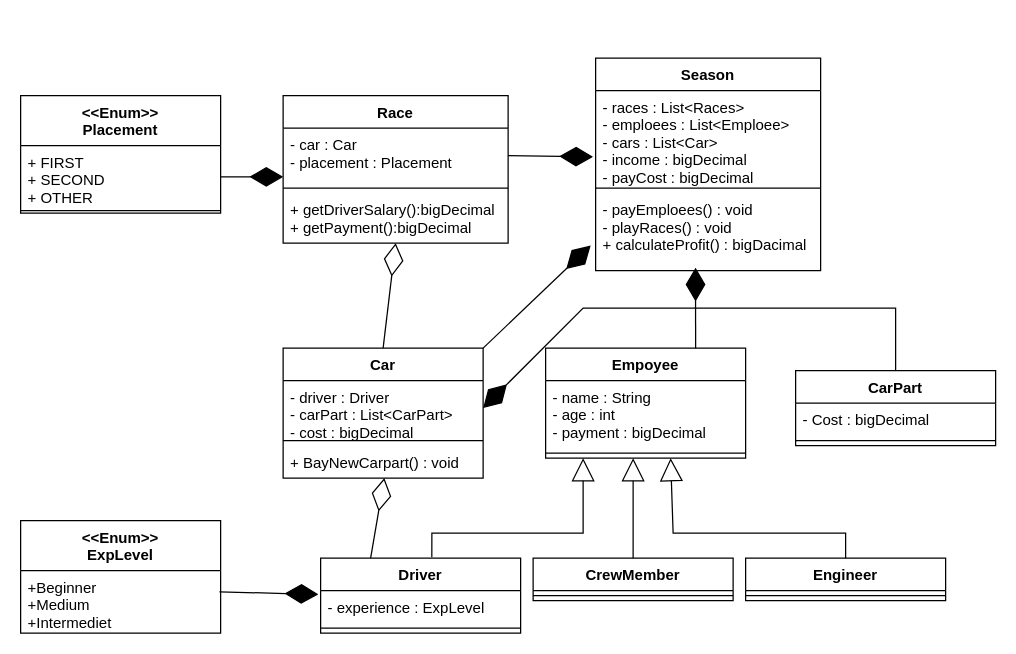
Above: PA2.drawio in Guszti9/draw (draw.io), before the change. Source tidied: cells renumbered, new cells numbered last; positions are measured from the earlier drawing's top-left corner, leaving out a move shared by most shapes. Both pictures are drawn from the tidied source at 125%, with x=0, y=0 at pixel (20, 58).
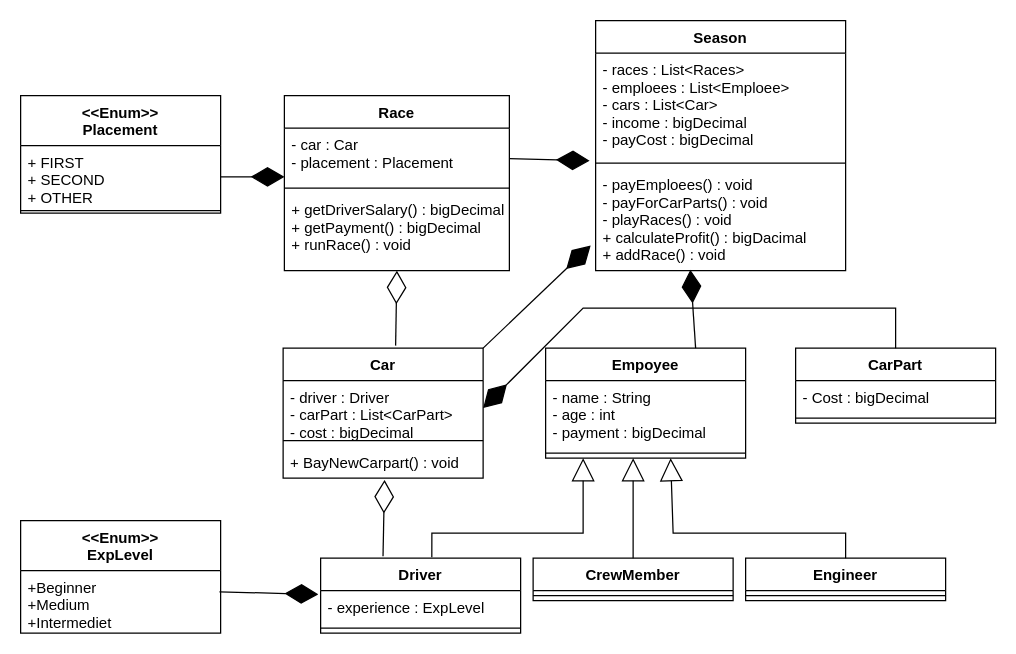
After the change.

The change refers to these unchanged cells:
```xml
<mxCell id="2" value="Empoyee" style="swimlane;fontStyle=1;align=center;verticalAlign=top;horizontal=1;startSize=26;" parent="1" vertex="1">
  <mxGeometry x="420" y="232" width="160" height="88" as="geometry" />
</mxCell>
<mxCell id="8" value="Car" style="swimlane;fontStyle=1;align=center;verticalAlign=top;horizontal=1;startSize=26;" parent="1" vertex="1">
  <mxGeometry x="210" y="232" width="160" height="104" as="geometry" />
</mxCell>
<mxCell id="11" value="+ BayNewCarpart() : void" style="text;strokeColor=none;fillColor=none;align=left;verticalAlign=top;spacingLeft=4;spacingRight=4;overflow=hidden;points=[[0,0.5],[1,0.5]];portConstraint=eastwest;" parent="8" vertex="1">
  <mxGeometry y="78" width="160" height="26" as="geometry" />
</mxCell>
<mxCell id="16" value="Driver" style="swimlane;fontStyle=1;align=center;verticalAlign=top;horizontal=1;startSize=26;" parent="1" vertex="1">
  <mxGeometry x="240" y="400" width="160" height="60" as="geometry" />
</mxCell>
<mxCell id="28" value="- car : Car&#10;- placement : Placement" style="text;strokeColor=none;fillColor=none;align=left;verticalAlign=top;spacingLeft=4;spacingRight=4;overflow=hidden;points=[[0,0.5],[1,0.5]];portConstraint=eastwest;" parent="27" vertex="1">
  <mxGeometry y="26" width="180" height="44" as="geometry" />
</mxCell>
```

Diff of the diagram source:
```diff
@@
     <mxCell id="5" value="CarPart" style="swimlane;fontStyle=1;align=center;verticalAlign=top;horizontal=1;startSize=26;" parent="1" vertex="1">
-      <mxGeometry x="620" y="250" width="160" height="60" as="geometry" />
+      <mxGeometry x="620" y="232" width="160" height="60" as="geometry" />
     </mxCell>
@@
-    <mxCell id="17" style="endArrow=diamondThin;endFill=0;endSize=24;html=1;rounded=0;entryX=0.506;entryY=1;entryDx=0;entryDy=0;entryPerimeter=0;" parent="16" edge="1" target="11">
-      <mxGeometry relative="1" as="geometry">
-        <mxPoint x="40" as="sourcePoint" />
-      </mxGeometry>
-    </mxCell>
@@
     <mxCell id="27" value="Race" style="swimlane;fontStyle=1;align=center;verticalAlign=top;horizontal=1;startSize=26;" parent="1" vertex="1">
-      <mxGeometry x="210" y="30" width="180" height="118" as="geometry" />
+      <mxGeometry x="211" y="30" width="180" height="140" as="geometry" />
     </mxCell>
@@
-    <mxCell id="30" value="+ getDriverSalary():bigDecimal&#10;+ getPayment():bigDecimal&#10; " style="text;strokeColor=none;fillColor=none;align=left;verticalAlign=top;spacingLeft=4;spacingRight=4;overflow=hidden;" parent="27" vertex="1">
-      <mxGeometry y="78" width="180" height="40" as="geometry" />
+    <mxCell id="30" value="+ getDriverSalary() : bigDecimal&#10;+ getPayment() : bigDecimal&#10;+ runRace() : void&#10; " style="text;strokeColor=none;fillColor=none;align=left;verticalAlign=top;spacingLeft=4;spacingRight=4;overflow=hidden;" parent="27" vertex="1">
+      <mxGeometry y="78" width="180" height="62" as="geometry" />
     </mxCell>
@@
-    <mxCell id="32" style="endArrow=diamondThin;endFill=0;endSize=24;html=1;rounded=0;entryX=0.5;entryY=1;entryDx=0;entryDy=0;exitX=0.5;exitY=0;exitDx=0;exitDy=0;" parent="1" edge="1" source="8" target="27">
-      <mxGeometry relative="1" as="geometry" />
+    <mxCell id="32" style="endArrow=diamondThin;endFill=0;endSize=24;html=1;rounded=0;entryX=0.5;entryY=1;entryDx=0;entryDy=0;" parent="1" edge="1" target="27">
+      <mxGeometry relative="1" as="geometry">
+        <mxPoint x="300" y="230" as="sourcePoint" />
+      </mxGeometry>
     </mxCell>
     <mxCell id="33" value="Season" style="swimlane;fontStyle=1;align=center;verticalAlign=top;horizontal=1;startSize=26;" parent="1" vertex="1">
-      <mxGeometry x="460" width="180" height="170" as="geometry" />
+      <mxGeometry x="460" y="-30" width="200" height="200" as="geometry" />
     </mxCell>
     <mxCell id="34" value="- races : List&lt;Races&gt;&#10;- emploees : List&lt;Emploee&gt; &#10;- cars : List&lt;Car&gt;&#10;- income : bigDecimal&#10;- payCost : bigDecimal&#10;&#10;&#10;" style="text;strokeColor=none;fillColor=none;align=left;verticalAlign=top;spacingLeft=4;spacingRight=4;overflow=hidden;points=[[0,0.5],[1,0.5]];portConstraint=eastwest;" parent="33" vertex="1">
-      <mxGeometry y="26" width="180" height="74" as="geometry" />
+      <mxGeometry y="26" width="200" height="84" as="geometry" />
     </mxCell>
     <mxCell id="35" style="line;strokeWidth=1;fillColor=none;align=left;verticalAlign=middle;spacingTop=-1;spacingLeft=3;spacingRight=3;labelPosition=right;" parent="33" vertex="1">
-      <mxGeometry y="100" width="180" height="8" as="geometry" />
+      <mxGeometry y="110" width="200" height="8" as="geometry" />
     </mxCell>
-    <mxCell id="36" value="- payEmploees() : void&#10;- playRaces() : void&#10;+ calculateProfit() : bigDacimal" style="text;strokeColor=none;fillColor=none;align=left;verticalAlign=top;spacingLeft=4;spacingRight=4;overflow=hidden;points=[[0,0.5],[1,0.5]];portConstraint=eastwest;" parent="33" vertex="1">
-      <mxGeometry y="108" width="180" height="62" as="geometry" />
+    <mxCell id="36" value="- payEmploees() : void&#10;- payForCarParts() : void&#10;- playRaces() : void&#10;+ calculateProfit() : bigDacimal&#10;+ addRace() : void&#10;" style="text;strokeColor=none;fillColor=none;align=left;verticalAlign=top;spacingLeft=4;spacingRight=4;overflow=hidden;points=[[0,0.5],[1,0.5]];portConstraint=eastwest;" parent="33" vertex="1">
+      <mxGeometry y="118" width="200" height="82" as="geometry" />
     </mxCell>
-    <mxCell id="37" style="endArrow=diamondThin;endFill=1;endSize=24;html=1;rounded=0;exitX=1;exitY=0.5;exitDx=0;exitDy=0;entryX=-0.012;entryY=0.716;entryDx=0;entryDy=0;entryPerimeter=0;" parent="1" edge="1" source="28" target="34">
+    <mxCell id="37" style="endArrow=diamondThin;endFill=1;endSize=24;html=1;rounded=0;entryX=-0.024;entryY=1.025;entryDx=0;entryDy=0;entryPerimeter=0;" parent="1" edge="1" source="28" target="34">
       <mxGeometry relative="1" as="geometry" />
     </mxCell>
-    <mxCell id="38" style="endArrow=diamondThin;endFill=1;endSize=24;html=1;rounded=0;exitX=0.75;exitY=0;exitDx=0;exitDy=0;entryX=0.444;entryY=0.962;entryDx=0;entryDy=0;entryPerimeter=0;" parent="1" edge="1" source="2" target="36">
+    <mxCell id="38" style="endArrow=diamondThin;endFill=1;endSize=24;html=1;rounded=0;exitX=0.75;exitY=0;exitDx=0;exitDy=0;entryX=0.379;entryY=0.992;entryDx=0;entryDy=0;entryPerimeter=0;" parent="1" edge="1" source="2" target="36">
       <mxGeometry relative="1" as="geometry" />
     </mxCell>
@@
+    <mxCell id="17" style="endArrow=diamondThin;endFill=0;endSize=24;html=1;rounded=0;exitX=0.312;exitY=-0.024;exitDx=0;exitDy=0;exitPerimeter=0;entryX=0.507;entryY=1.054;entryDx=0;entryDy=0;entryPerimeter=0;" parent="1" edge="1" source="16" target="11">
+      <mxGeometry relative="1" as="geometry" />
+    </mxCell>
```
